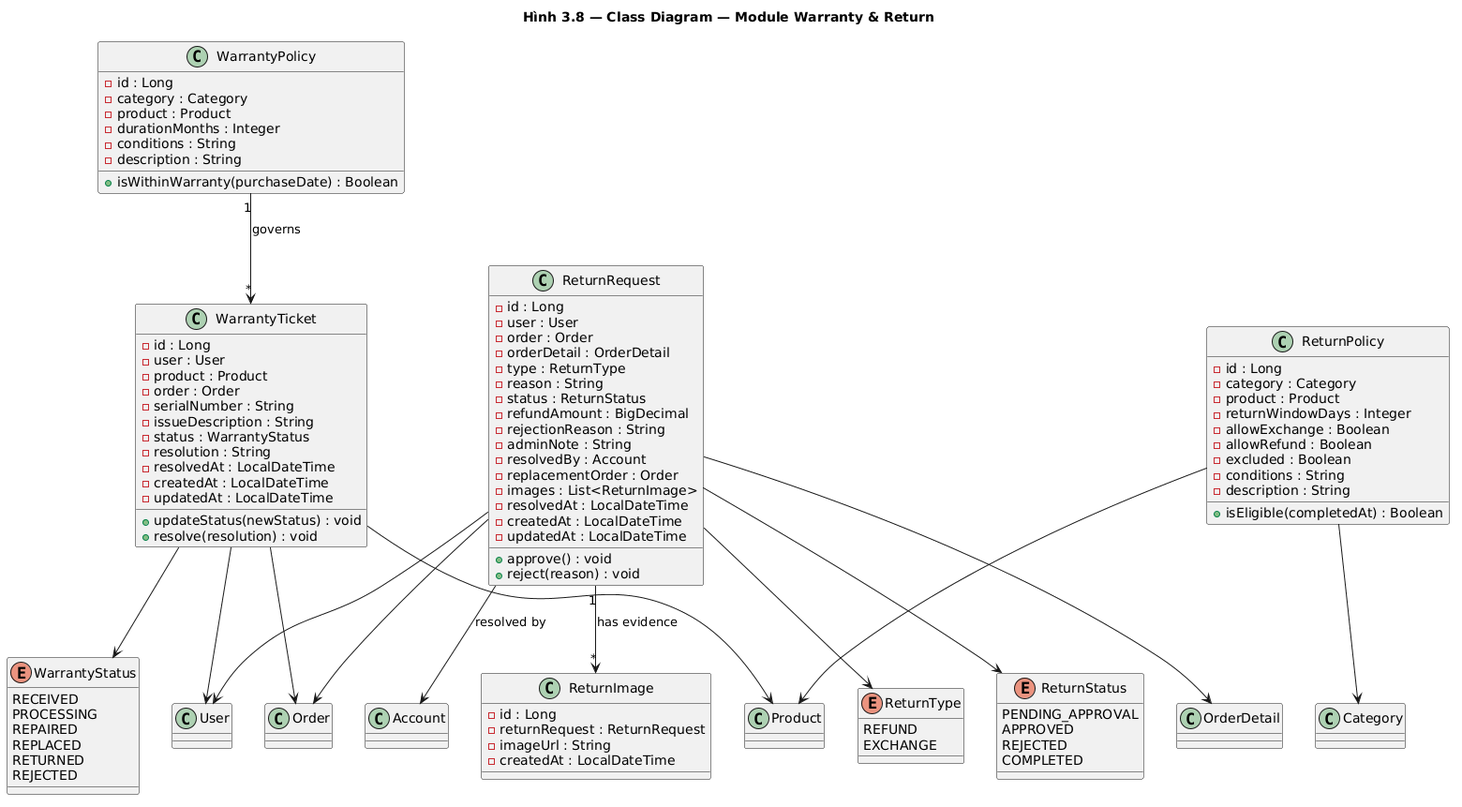
This is docs/diagrams/images/class_warranty.png from huuhieu56/PC-Parts-ECommerce, a PlantUML export, as it was before one commit.
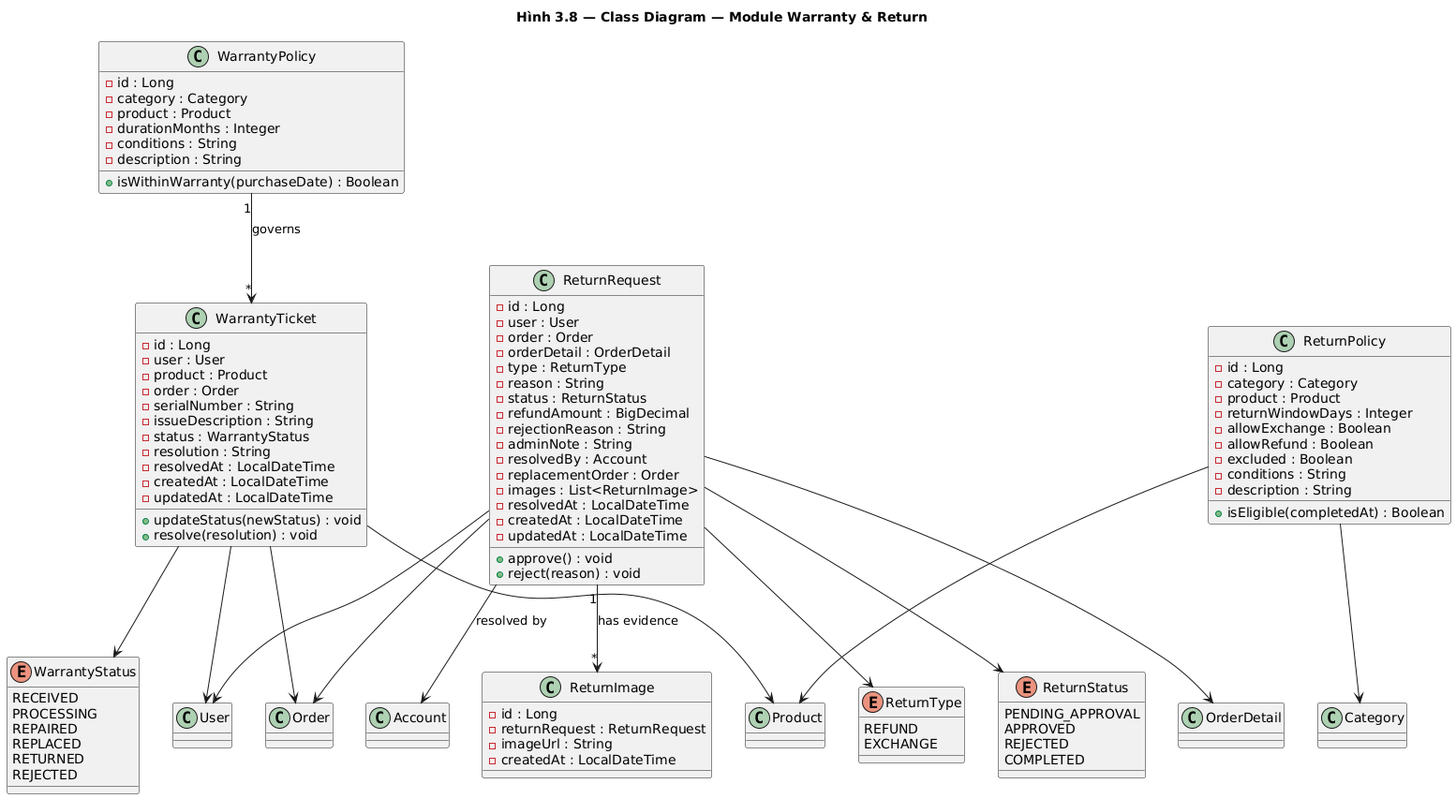
The same file after the commit.

The edit, as a diff of the source:
```diff
@@ -1,4 +1,4 @@
-@startuml
+@startuml class_warranty
 title Hình 3.8 — Class Diagram — Module Warranty & Return
 
 class WarrantyPolicy {
```
